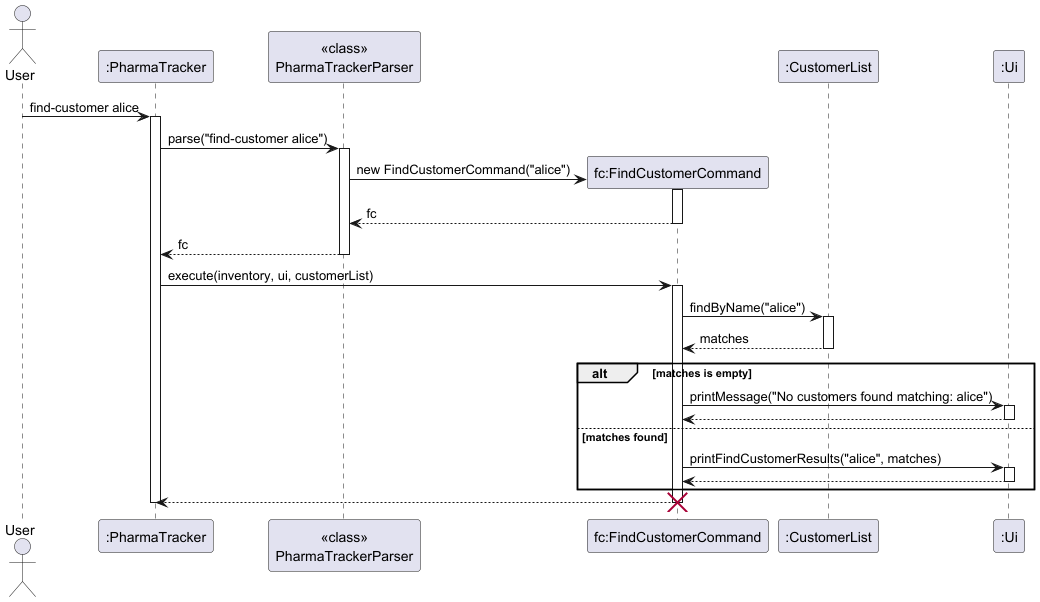
Earlier version of the PlantUML export docs/images/FindCustomerCommandSequence.png (Yaqi66/tp).
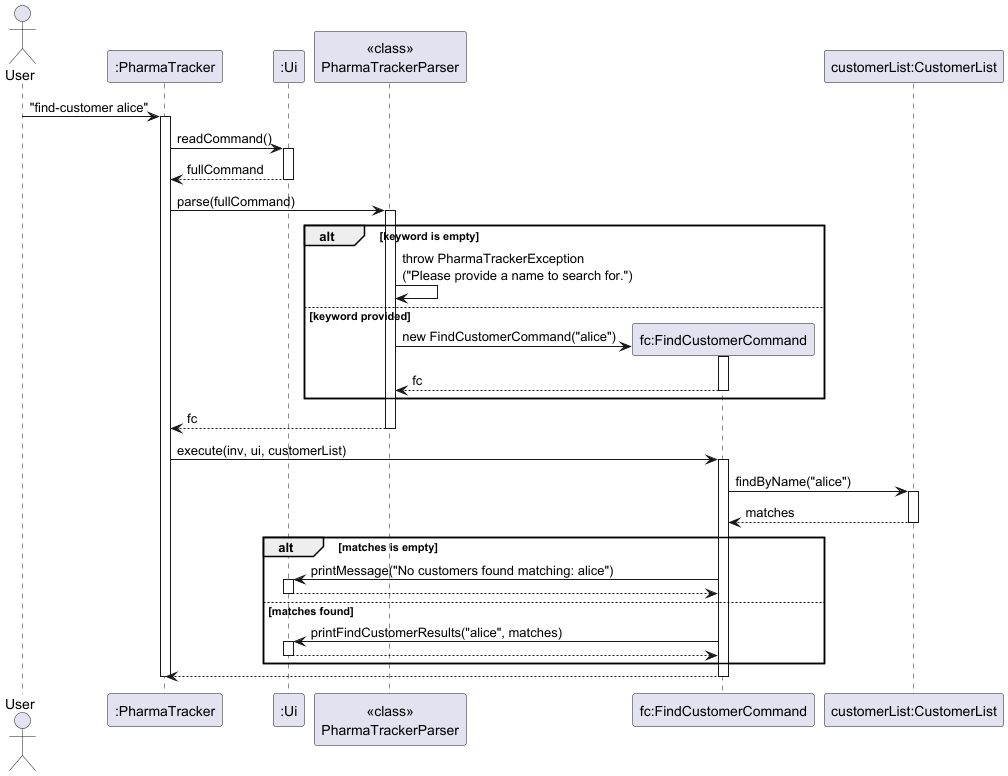
The same diagram one commit later.

Change to the diagram source:
```diff
@@ -3,27 +3,36 @@
 
 actor User
 participant ":PharmaTracker" as PharmaTracker
+participant ":Ui" as Ui
 participant "<<class>>\nPharmaTrackerParser" as Parser
 participant "fc:FindCustomerCommand" as FindCustomerCommand
-participant ":CustomerList" as CustomerList
-participant ":Ui" as Ui
+participant "customerList:CustomerList" as CustomerList
 
-User -> PharmaTracker : find-customer alice
+User -> PharmaTracker : "find-customer alice"
 activate PharmaTracker
 
-PharmaTracker -> Parser : parse("find-customer alice")
+PharmaTracker -> Ui : readCommand()
+activate Ui
+Ui --> PharmaTracker : fullCommand
+deactivate Ui
+
+PharmaTracker -> Parser : parse(fullCommand)
 activate Parser
 
-create FindCustomerCommand
-Parser -> FindCustomerCommand : new FindCustomerCommand("alice")
-activate FindCustomerCommand
-FindCustomerCommand --> Parser : fc
-deactivate FindCustomerCommand
+alt keyword is empty
+    Parser -> Parser : throw PharmaTrackerException\n("Please provide a name to search for.")
+else keyword provided
+    create FindCustomerCommand
+    Parser -> FindCustomerCommand : new FindCustomerCommand("alice")
+    activate FindCustomerCommand
+    FindCustomerCommand --> Parser : fc
+    deactivate FindCustomerCommand
+end
 
 Parser --> PharmaTracker : fc
 deactivate Parser
 
-PharmaTracker -> FindCustomerCommand : execute(inventory, ui, customerList)
+PharmaTracker -> FindCustomerCommand : execute(inv, ui, customerList)
 activate FindCustomerCommand
 
 FindCustomerCommand -> CustomerList : findByName("alice")
@@ -46,7 +55,5 @@
 FindCustomerCommand --> PharmaTracker
 deactivate FindCustomerCommand
 
-destroy FindCustomerCommand
-
 deactivate PharmaTracker
 @enduml
```
